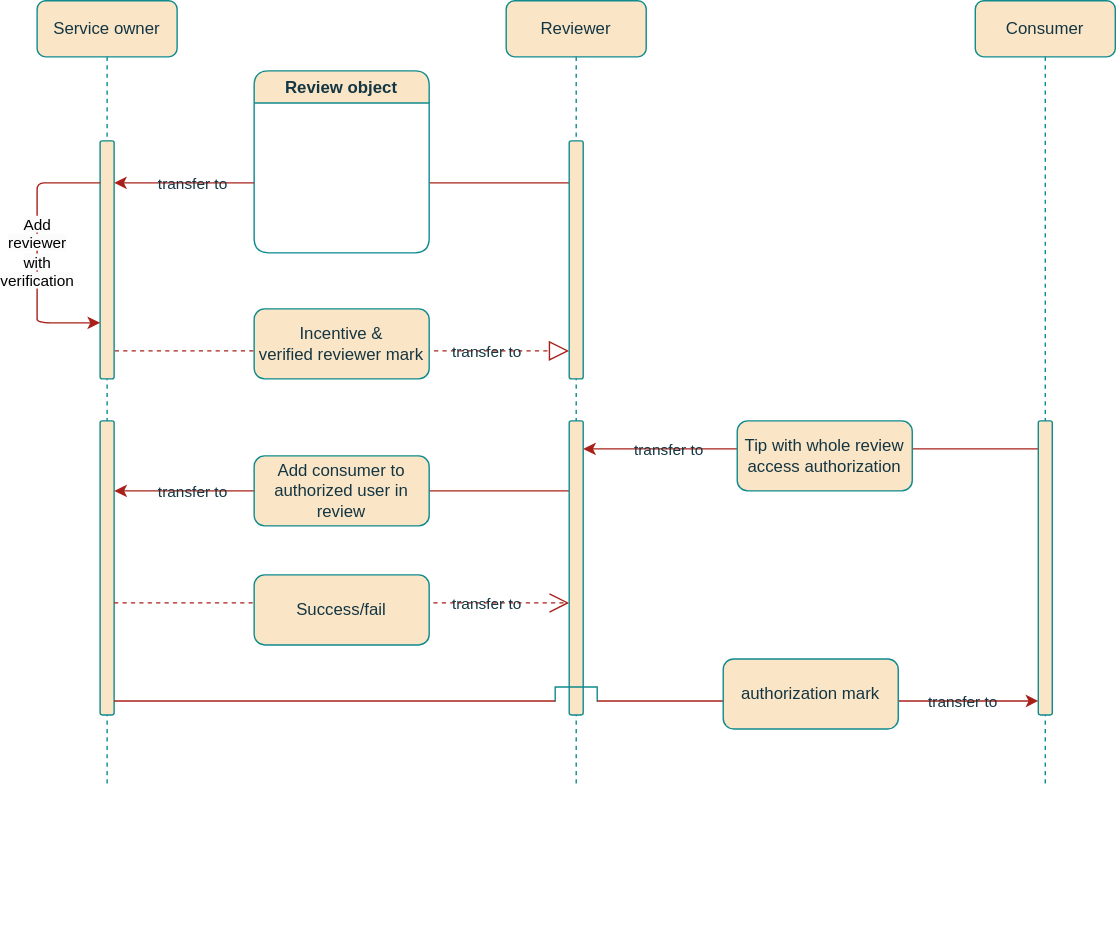
Earlier version of the draw.io export Seq_Diagram_none_use_escrow.drawio.svg (devan-ko/rating_poc). Source tidied: cells renumbered, new cells last; positions are measured from the earlier drawing's top-left corner, leaving out a move shared by most shapes.
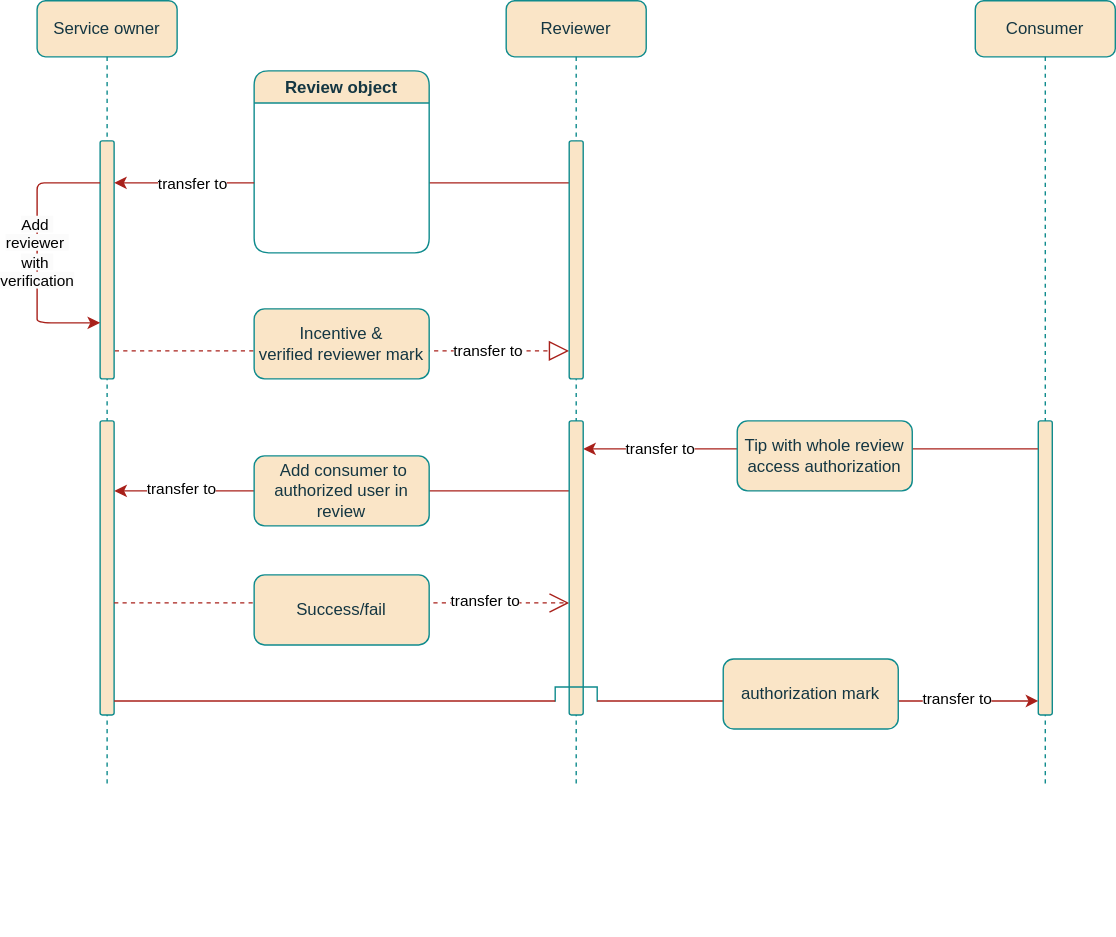
Later version of the same file.

The edit, as a diff of the source:
```diff
@@ -7,6 +7,9 @@
         <mxPoint x="380" y="250" as="targetPoint" />
       </mxGeometry>
     </mxCell>
+    <mxCell id="33" value="transfer to" style="edgeLabel;html=1;align=center;verticalAlign=middle;" parent="2" vertex="1">
+      <mxGeometry x="0.64" y="1" relative="1" as="geometry" />
+    </mxCell>
     <mxCell id="3" value="Service owner" style="shape=umlLifeline;perimeter=lifelinePerimeter;whiteSpace=wrap;html=1;outlineConnect=0;portConstraint=eastwest;newEdgeStyle={&quot;edgeStyle&quot;:&quot;elbowEdgeStyle&quot;,&quot;elbow&quot;:&quot;vertical&quot;,&quot;curved&quot;:0,&quot;rounded&quot;:0};labelBackgroundColor=none;rounded=1;fillColor=#FAE5C7;strokeColor=#0F8B8D;fontColor=#143642;" parent="1" vertex="1">
       <mxGeometry width="100" height="560" as="geometry" />
     </mxCell>
@@ -36,11 +39,11 @@
         <mxPoint y="80" as="sourcePoint" />
       </mxGeometry>
     </mxCell>
-    <mxCell id="11" value="transfer to" style="edgeLabel;html=1;align=center;verticalAlign=middle;rounded=1;labelBackgroundColor=none;fontColor=#143642;" parent="10" vertex="1">
-      <mxGeometry x="0.2" relative="1" as="geometry">
-        <mxPoint x="15" as="offset" />
-      </mxGeometry>
-    </mxCell>
+    <mxCell id="34" value="transfer to" style="edgeLabel;html=1;align=center;verticalAlign=middle;" parent="10" vertex="1">
+      <mxGeometry x="0.26" y="4" relative="1" as="geometry">
+        <mxPoint x="18" y="-4" as="offset" />
+      </mxGeometry>
+    </mxCell>
     <mxCell id="12" value="Incentive &amp;amp;&lt;br&gt;verified reviewer mark" style="html=1;whiteSpace=wrap;labelBackgroundColor=none;rounded=1;fillColor=#FAE5C7;strokeColor=#0F8B8D;fontColor=#143642;" parent="1" vertex="1">
       <mxGeometry x="155" y="220" width="125" height="50" as="geometry" />
     </mxCell>
@@ -50,18 +53,27 @@
         <mxPoint x="390" y="320" as="targetPoint" />
       </mxGeometry>
     </mxCell>
+    <mxCell id="35" value="transfer to" style="edgeLabel;html=1;align=center;verticalAlign=middle;" parent="13" vertex="1">
+      <mxGeometry x="0.66" y="-1" relative="1" as="geometry" />
+    </mxCell>
     <mxCell id="14" style="endArrow=classic;html=1;rounded=1;jumpStyle=none;jumpSize=0;labelBackgroundColor=none;fontColor=default;strokeColor=#A8201A;" parent="1" edge="1">
       <mxGeometry relative="1" as="geometry">
         <mxPoint x="379.9" y="350" as="sourcePoint" />
         <mxPoint x="55.1" y="350" as="targetPoint" />
       </mxGeometry>
     </mxCell>
+    <mxCell id="36" value="transfer to" style="edgeLabel;html=1;align=center;verticalAlign=middle;" parent="14" vertex="1">
+      <mxGeometry x="0.71" y="-2" relative="1" as="geometry" />
+    </mxCell>
     <mxCell id="15" style="endArrow=open;endSize=12;dashed=1;html=1;rounded=1;jumpStyle=none;jumpSize=0;labelBackgroundColor=none;fontColor=default;strokeColor=#A8201A;" parent="1" edge="1">
       <mxGeometry relative="1" as="geometry">
         <mxPoint x="55" y="430" as="sourcePoint" />
         <mxPoint x="380" y="430" as="targetPoint" />
       </mxGeometry>
     </mxCell>
+    <mxCell id="37" value="transfer to" style="edgeLabel;html=1;align=center;verticalAlign=middle;" parent="15" vertex="1">
+      <mxGeometry x="0.62" y="2" relative="1" as="geometry" />
+    </mxCell>
     <mxCell id="16" style="endArrow=classic;html=1;rounded=1;jumpStyle=arc;jumpSize=30;labelBackgroundColor=none;fontColor=default;strokeColor=#A8201A;" parent="1" edge="1">
       <mxGeometry relative="1" as="geometry">
         <mxPoint x="50" y="660" as="sourcePoint" />
@@ -115,23 +127,11 @@
         <mxPoint x="715" y="500" as="targetPoint" />
       </mxGeometry>
     </mxCell>
+    <mxCell id="38" value="transfer to" style="edgeLabel;html=1;align=center;verticalAlign=middle;" parent="26" vertex="1">
+      <mxGeometry x="0.63" y="2" relative="1" as="geometry" />
+    </mxCell>
     <mxCell id="27" value="authorization mark" style="html=1;whiteSpace=wrap;labelBackgroundColor=none;rounded=1;fillColor=#FAE5C7;strokeColor=#0F8B8D;fontColor=#143642;" parent="1" vertex="1">
       <mxGeometry x="490" y="470" width="125" height="50" as="geometry" />
     </mxCell>
-    <mxCell id="28" value="transfer to" style="edgeLabel;html=1;align=center;verticalAlign=middle;rounded=1;labelBackgroundColor=none;fontColor=#143642;" parent="1" vertex="1">
-      <mxGeometry x="110" y="350" as="geometry" />
-    </mxCell>
-    <mxCell id="29" value="transfer to" style="edgeLabel;html=1;align=center;verticalAlign=middle;rounded=1;labelBackgroundColor=none;fontColor=#143642;" parent="1" vertex="1">
-      <mxGeometry x="320" y="250" as="geometry" />
-    </mxCell>
-    <mxCell id="30" value="transfer to" style="edgeLabel;html=1;align=center;verticalAlign=middle;rounded=1;labelBackgroundColor=none;fontColor=#143642;" parent="1" vertex="1">
-      <mxGeometry x="320" y="430" as="geometry" />
-    </mxCell>
-    <mxCell id="31" value="transfer to" style="edgeLabel;html=1;align=center;verticalAlign=middle;rounded=1;labelBackgroundColor=none;fontColor=#143642;" parent="1" vertex="1">
-      <mxGeometry x="450" y="320" as="geometry" />
-    </mxCell>
-    <mxCell id="32" value="transfer to" style="edgeLabel;html=1;align=center;verticalAlign=middle;rounded=1;labelBackgroundColor=none;fontColor=#143642;" parent="1" vertex="1">
-      <mxGeometry x="660" y="500" as="geometry" />
-    </mxCell>
   </root>
 </mxGraphModel>
```
